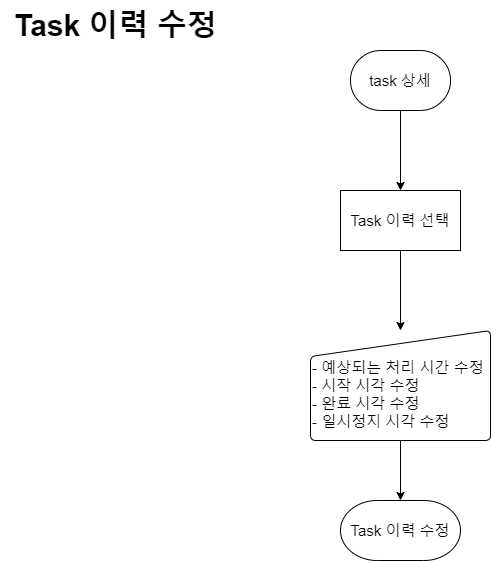
Earlier version of the draw.io export timetodo-flowchart/task history edit.png (MEOHIN/todo-pe). Source tidied: cells renumbered, new cells last; positions are measured from the earlier drawing's top-left corner, leaving out a move shared by most shapes.
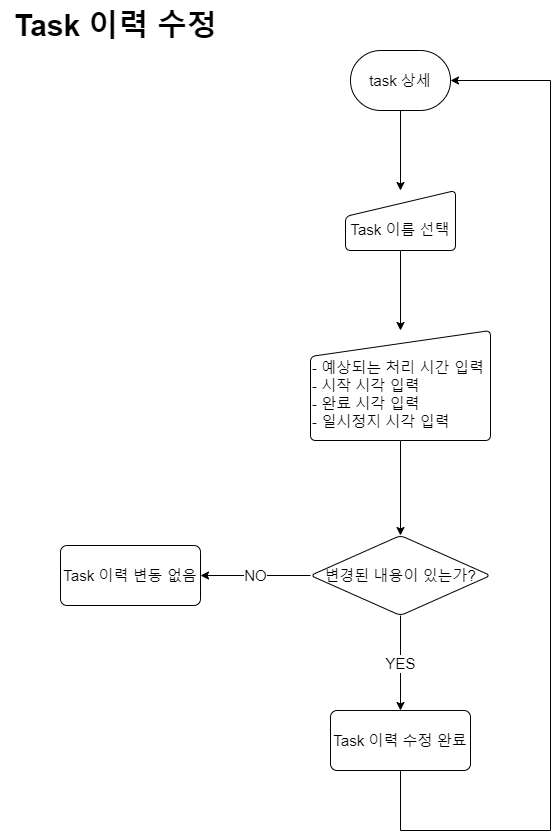
The same file after the commit.

The edit, as a diff of the source:
```diff
@@ -5,26 +5,51 @@
     <mxCell id="2" value="&lt;span style=&quot;font-size: 30px;&quot;&gt;Task 이력 수정&lt;/span&gt;" style="text;html=1;align=center;verticalAlign=middle;strokeColor=none;fillColor=none;fontStyle=1;fontSize=30;" parent="1" vertex="1">
       <mxGeometry width="230" height="50" as="geometry" />
     </mxCell>
-    <mxCell id="3" style="edgeStyle=orthogonalEdgeStyle;rounded=0;jettySize=auto;html=1;" parent="1" edge="1" source="4" target="9">
-      <mxGeometry relative="1" as="geometry" />
+    <mxCell id="3" style="edgeStyle=orthogonalEdgeStyle;rounded=0;jettySize=auto;html=1;" parent="1" edge="1" source="4">
+      <mxGeometry relative="1" as="geometry">
+        <mxPoint x="400" y="190" as="targetPoint" />
+      </mxGeometry>
     </mxCell>
     <mxCell id="4" value="task 상세" style="strokeWidth=1;html=1;shape=mxgraph.flowchart.terminator;whiteSpace=wrap;fontSize=15;" parent="1" vertex="1">
       <mxGeometry x="350" y="50" width="100" height="60" as="geometry" />
     </mxCell>
-    <mxCell id="5" style="edgeStyle=orthogonalEdgeStyle;rounded=0;jettySize=auto;html=1;fontSize=15;" parent="1" edge="1" source="6" target="7">
-      <mxGeometry relative="1" as="geometry" />
-    </mxCell>
+    <mxCell id="10" style="edgeStyle=orthogonalEdgeStyle;rounded=0;jettySize=auto;html=1;" parent="1" edge="1" source="6" target="16">
+      <mxGeometry relative="1" as="geometry" />
+    </mxCell>
-    <mxCell id="6" value="&lt;br style=&quot;font-size: 15px;&quot;&gt;- 예상되는 처리 시간 수정&lt;br style=&quot;font-size: 15px;&quot;&gt;&lt;div style=&quot;font-size: 15px;&quot;&gt;&lt;span style=&quot;background-color: initial; font-size: 15px;&quot;&gt;- 시작 시각 수정&lt;/span&gt;&lt;/div&gt;- 완료 시각 수정&lt;br style=&quot;font-size: 15px;&quot;&gt;- 일시정지 시각 수정" style="html=1;strokeWidth=1;shape=manualInput;whiteSpace=wrap;rounded=1;size=26;arcSize=11;fontSize=15;align=left;" parent="1" vertex="1">
+    <mxCell id="6" value="&lt;br style=&quot;font-size: 15px;&quot;&gt;- 예상되는 처리 시간 입력&lt;br style=&quot;font-size: 15px;&quot;&gt;&lt;div style=&quot;font-size: 15px;&quot;&gt;&lt;span style=&quot;background-color: initial; font-size: 15px;&quot;&gt;- 시작 시각 입력&lt;/span&gt;&lt;/div&gt;- 완료 시각 입력&lt;br style=&quot;font-size: 15px;&quot;&gt;- 일시정지 시각 입력" style="html=1;strokeWidth=1;shape=manualInput;whiteSpace=wrap;rounded=1;size=26;arcSize=11;fontSize=15;align=left;" parent="1" vertex="1">
       <mxGeometry x="310" y="330" width="180" height="110" as="geometry" />
     </mxCell>
-    <mxCell id="7" value="Task 이력 수정" style="strokeWidth=1;html=1;shape=mxgraph.flowchart.terminator;whiteSpace=wrap;fontSize=15;" parent="1" vertex="1">
-      <mxGeometry x="340" y="500" width="120" height="60" as="geometry" />
-    </mxCell>
-    <mxCell id="8" style="edgeStyle=orthogonalEdgeStyle;rounded=0;jettySize=auto;html=1;" parent="1" edge="1" source="9" target="6">
-      <mxGeometry relative="1" as="geometry" />
+    <mxCell id="8" style="edgeStyle=orthogonalEdgeStyle;rounded=0;jettySize=auto;html=1;" parent="1" edge="1" target="6">
+      <mxGeometry relative="1" as="geometry">
+        <mxPoint x="400" y="250" as="sourcePoint" />
+      </mxGeometry>
     </mxCell>
-    <mxCell id="9" value="&lt;span style=&quot;color: rgb(0, 0, 0); font-family: Helvetica; font-size: 15px; font-style: normal; font-variant-ligatures: normal; font-variant-caps: normal; font-weight: 400; letter-spacing: normal; orphans: 2; text-align: center; text-indent: 0px; text-transform: none; widows: 2; word-spacing: 0px; -webkit-text-stroke-width: 0px; background-color: rgb(255, 255, 255); text-decoration-thickness: initial; text-decoration-style: initial; text-decoration-color: initial; float: none; display: inline !important;&quot;&gt;Task 이력 선택&lt;/span&gt;" style="whiteSpace=wrap;html=1;fontSize=15;strokeWidth=1;" parent="1" vertex="1">
-      <mxGeometry x="340" y="190" width="120" height="60" as="geometry" />
-    </mxCell>
+    <mxCell id="11" value="&lt;br&gt;Task 이름 선택" style="html=1;strokeWidth=1;shape=manualInput;whiteSpace=wrap;rounded=1;size=26;arcSize=11;fontSize=15;" parent="1" vertex="1">
+      <mxGeometry x="345" y="190" width="110" height="60" as="geometry" />
+    </mxCell>
+    <mxCell id="12" style="edgeStyle=orthogonalEdgeStyle;rounded=0;jettySize=auto;html=1;exitX=0.5;exitY=1;exitDx=0;exitDy=0;entryX=1;entryY=0.5;entryDx=0;entryDy=0;entryPerimeter=0;" parent="1" edge="1" source="13" target="4">
+      <mxGeometry relative="1" as="geometry">
+        <Array as="points">
+          <mxPoint x="400" y="830" />
+          <mxPoint x="550" y="830" />
+          <mxPoint x="550" y="80" />
+        </Array>
+      </mxGeometry>
+    </mxCell>
+    <mxCell id="13" value="Task 이력 수정 완료" style="whiteSpace=wrap;html=1;fontSize=15;align=center;strokeWidth=1;rounded=1;arcSize=11;" parent="1" vertex="1">
+      <mxGeometry x="330" y="710" width="140" height="60" as="geometry" />
+    </mxCell>
+    <mxCell id="14" value="YES" style="edgeStyle=orthogonalEdgeStyle;rounded=0;jettySize=auto;html=1;fontSize=15;" parent="1" edge="1" source="16" target="13">
+      <mxGeometry relative="1" as="geometry" />
+    </mxCell>
+    <mxCell id="15" value="NO" style="edgeStyle=orthogonalEdgeStyle;rounded=0;jettySize=auto;html=1;fontSize=15;" parent="1" edge="1" source="16" target="17">
+      <mxGeometry relative="1" as="geometry" />
+    </mxCell>
+    <mxCell id="16" value="변경된 내용이 있는가?" style="rhombus;whiteSpace=wrap;html=1;fontSize=15;align=center;strokeWidth=1;rounded=1;arcSize=11;" parent="1" vertex="1">
+      <mxGeometry x="310" y="535" width="180" height="80" as="geometry" />
+    </mxCell>
+    <mxCell id="17" value="Task 이력 변동 없음" style="whiteSpace=wrap;html=1;fontSize=15;strokeWidth=1;rounded=1;arcSize=11;" parent="1" vertex="1">
+      <mxGeometry x="60" y="545" width="140" height="60" as="geometry" />
+    </mxCell>
   </root>
 </mxGraphModel>
```
